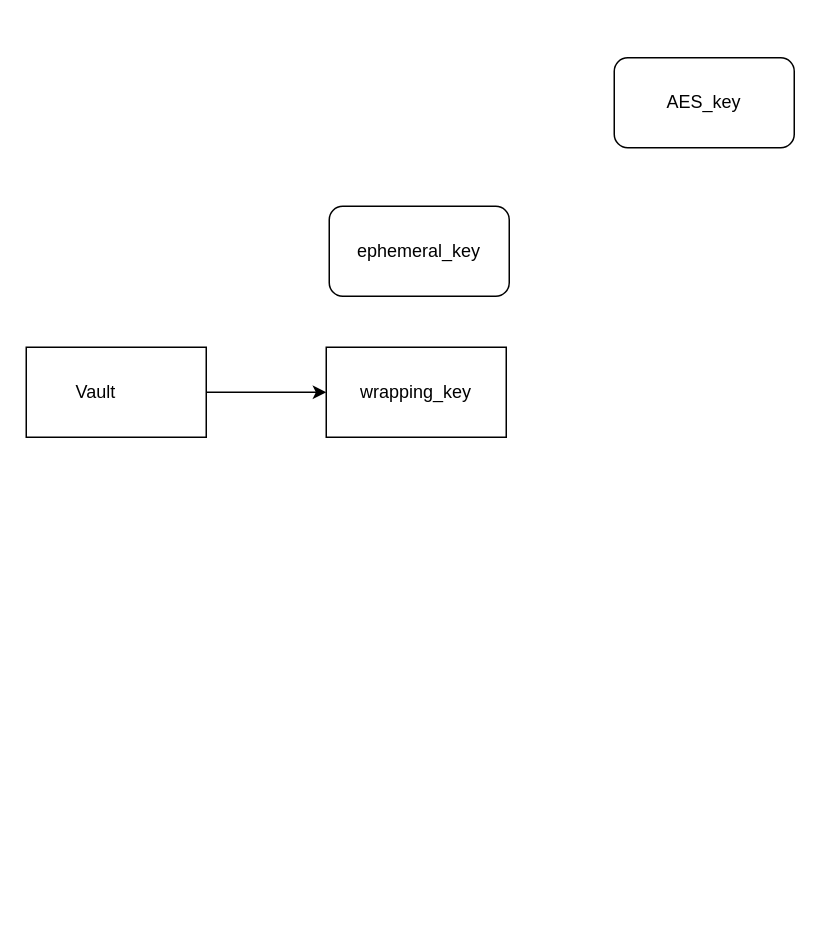
Albert-W/Draw_io keeps this draw.io diagram as cerberus/TransitKey.drawio. Above is the earlier version. Source tidied: cells renumbered, new cells numbered last; positions are measured from the earlier drawing's top-left corner, leaving out a move shared by most shapes. Both pictures are drawn from the tidied source at 150%, with x=0, y=0 at pixel (26, 57).
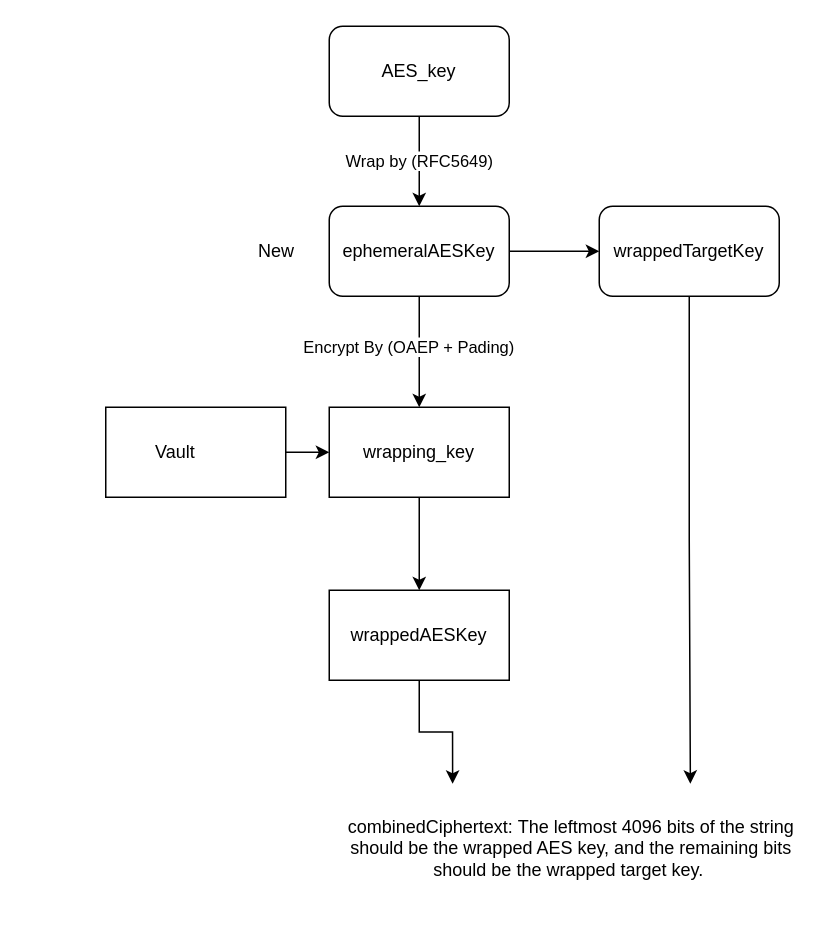
Above is the later version.

The edit, as a diff of the source:
```diff
@@
 <mxGraphModel>
   <root>
     <mxCell id="0" />
     <mxCell id="1" parent="0" />
     <mxCell id="2" style="edgeStyle=orthogonalEdgeStyle;rounded=0;jettySize=auto;html=1;" parent="1" edge="1" source="3" target="4">
       <mxGeometry relative="1" as="geometry" />
     </mxCell>
     <mxCell id="3" value="Vault&lt;span style=&quot;white-space: pre;&quot;&gt;&#9;&lt;/span&gt;" style="rounded=0;whiteSpace=wrap;html=1;" parent="1" vertex="1">
-      <mxGeometry y="193" width="120" height="60" as="geometry" />
+      <mxGeometry x="53" y="233" width="120" height="60" as="geometry" />
     </mxCell>
+    <mxCell id="7" style="edgeStyle=orthogonalEdgeStyle;rounded=0;jettySize=auto;html=1;" parent="1" edge="1" source="4" target="14">
+      <mxGeometry relative="1" as="geometry" />
+    </mxCell>
     <mxCell id="4" value="wrapping_key" style="rounded=0;whiteSpace=wrap;html=1;" parent="1" vertex="1">
-      <mxGeometry x="200" y="193" width="120" height="60" as="geometry" />
+      <mxGeometry x="202" y="233" width="120" height="60" as="geometry" />
     </mxCell>
+    <mxCell id="8" value="Wrap by (RFC5649)" style="edgeStyle=orthogonalEdgeStyle;rounded=0;jettySize=auto;html=1;exitX=0.5;exitY=1;exitDx=0;exitDy=0;" parent="1" edge="1" source="5" target="6">
+      <mxGeometry relative="1" as="geometry" />
+    </mxCell>
     <mxCell id="5" value="AES_key" style="rounded=1;whiteSpace=wrap;html=1;" parent="1" vertex="1">
-      <mxGeometry x="392" width="120" height="60" as="geometry" />
+      <mxGeometry x="202" y="-21" width="120" height="60" as="geometry" />
     </mxCell>
+    <mxCell id="9" style="edgeStyle=orthogonalEdgeStyle;rounded=0;jettySize=auto;html=1;" parent="1" edge="1" source="6" target="12">
+      <mxGeometry relative="1" as="geometry" />
+    </mxCell>
+    <mxCell id="10" value="Encrypt By (OAEP + Pading)" style="edgeStyle=orthogonalEdgeStyle;rounded=0;jettySize=auto;html=1;exitX=0.5;exitY=1;exitDx=0;exitDy=0;" parent="1" edge="1" source="6" target="4">
+      <mxGeometry x="-0.08" y="-7" relative="1" as="geometry" />
+    </mxCell>
-    <mxCell id="6" value="ephemeral_key" style="rounded=1;whiteSpace=wrap;html=1;" parent="1" vertex="1">
+    <mxCell id="6" value="ephemeralAESKey" style="rounded=1;whiteSpace=wrap;html=1;" parent="1" vertex="1">
       <mxGeometry x="202" y="99" width="120" height="60" as="geometry" />
     </mxCell>
+    <mxCell id="11" style="edgeStyle=orthogonalEdgeStyle;rounded=0;jettySize=auto;html=1;exitX=0.5;exitY=1;exitDx=0;exitDy=0;entryX=0.75;entryY=0;entryDx=0;entryDy=0;" parent="1" edge="1" source="12" target="16">
+      <mxGeometry relative="1" as="geometry" />
+    </mxCell>
+    <mxCell id="12" value="wrappedTargetKey" style="rounded=1;whiteSpace=wrap;html=1;" parent="1" vertex="1">
+      <mxGeometry x="382" y="99" width="120" height="60" as="geometry" />
+    </mxCell>
+    <mxCell id="13" style="edgeStyle=orthogonalEdgeStyle;rounded=0;jettySize=auto;html=1;exitX=0.5;exitY=1;exitDx=0;exitDy=0;entryX=0.25;entryY=0;entryDx=0;entryDy=0;" parent="1" edge="1" source="14" target="16">
+      <mxGeometry relative="1" as="geometry" />
+    </mxCell>
+    <mxCell id="14" value="wrappedAESKey" style="rounded=0;whiteSpace=wrap;html=1;" parent="1" vertex="1">
+      <mxGeometry x="202" y="355" width="120" height="60" as="geometry" />
+    </mxCell>
+    <mxCell id="15" value="New" style="text;html=1;align=center;verticalAlign=middle;whiteSpace=wrap;rounded=0;" parent="1" vertex="1">
+      <mxGeometry x="137" y="114" width="60" height="30" as="geometry" />
+    </mxCell>
+    <mxCell id="16" value="combinedCiphertext:&amp;nbsp;The leftmost 4096 bits of the string should be the wrapped AES key, and the remaining bits should be the wrapped target key.&amp;nbsp;" style="text;html=1;align=center;verticalAlign=middle;whiteSpace=wrap;rounded=0;" parent="1" vertex="1">
+      <mxGeometry x="205" y="484" width="317" height="85" as="geometry" />
+    </mxCell>
   </root>
 </mxGraphModel>
```
